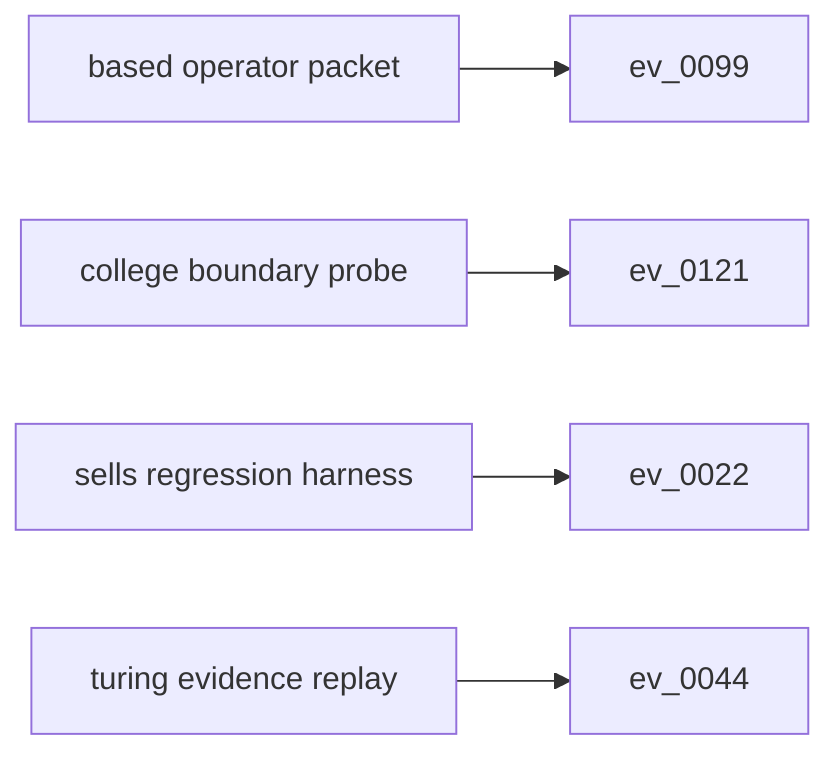
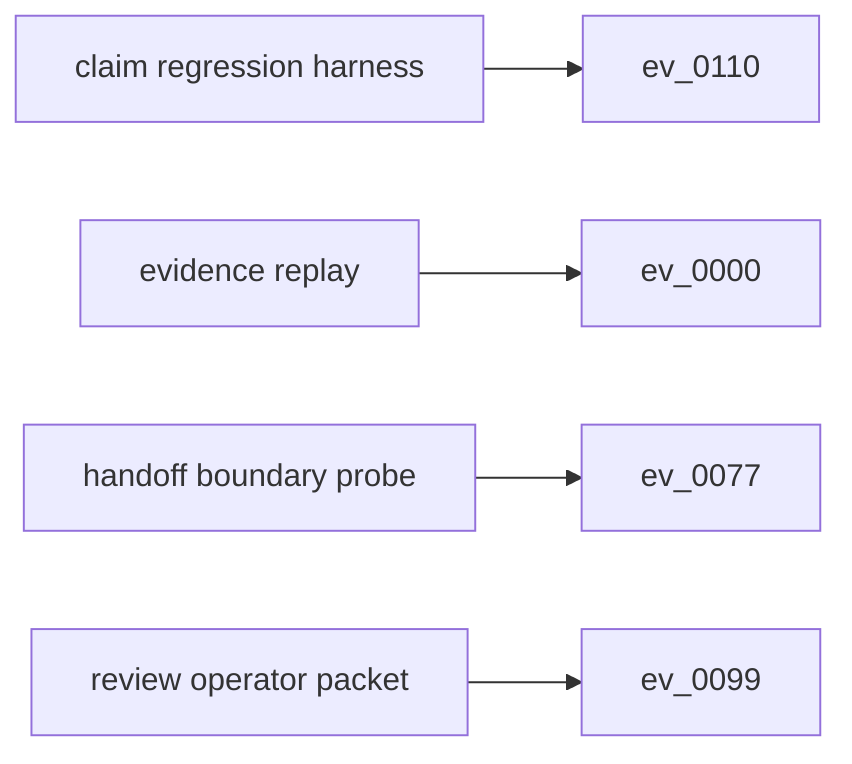
flowchart LR
-   s0["based operator packet"]
-   e0["ev_0099"]
+   s0["claim regression harness"]
+   e0["ev_0110"]
  s0 --> e0
-   s1["college boundary probe"]
-   e1["ev_0121"]
+   s1["evidence replay"]
+   e1["ev_0000"]
  s1 --> e1
-   s2["sells regression harness"]
-   e2["ev_0022"]
+   s2["handoff boundary probe"]
+   e2["ev_0077"]
  s2 --> e2
-   s3["turing evidence replay"]
-   e3["ev_0044"]
+   s3["review operator packet"]
+   e3["ev_0099"]
  s3 --> e3
